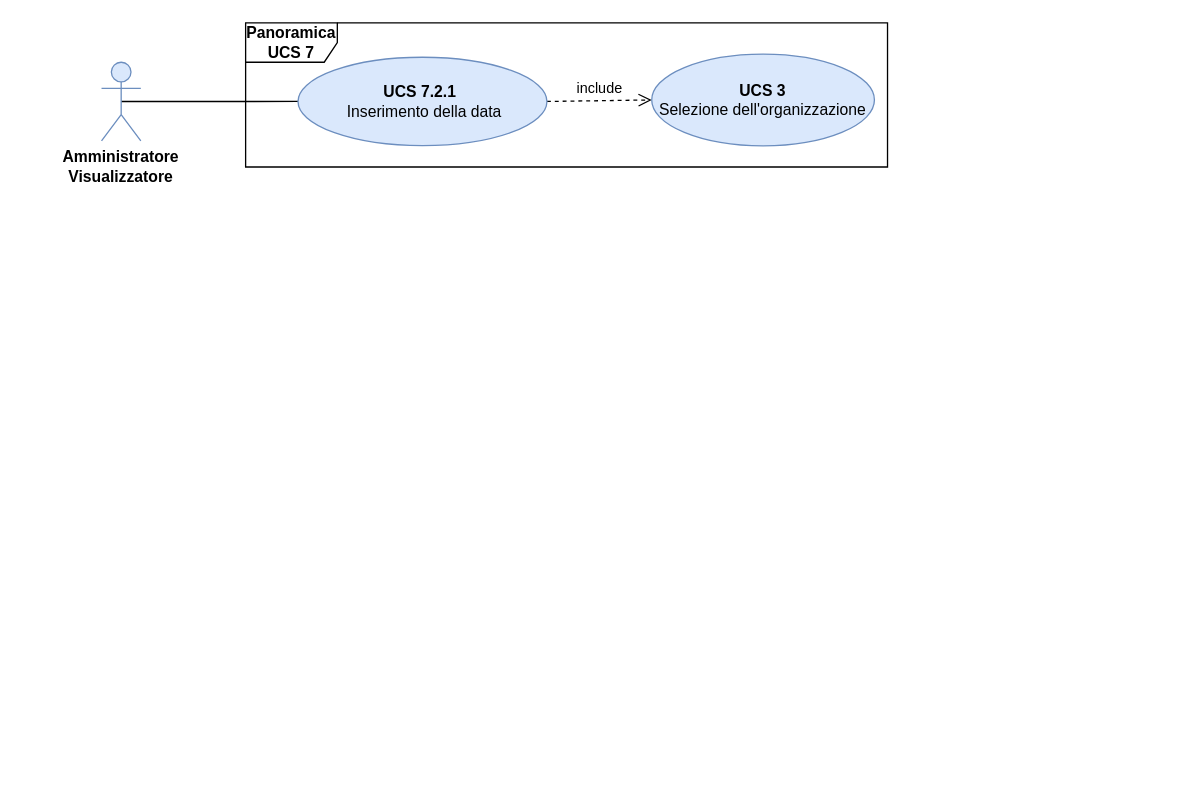
Earlier version of the draw.io diagram DocumentazioneEsterna/AnalisiDeiRequisiti/Sezioni/UseCase/draw.io/UC SERVER/UCS7.drawio (qb-team/Stalker-Documentazione). Source tidied: cells renumbered, new cells numbered last; positions are measured from the earlier drawing's top-left corner, leaving out a move shared by most shapes. Both pictures are drawn from the tidied source at 131%, with x=0, y=0 at pixel (22, 22).
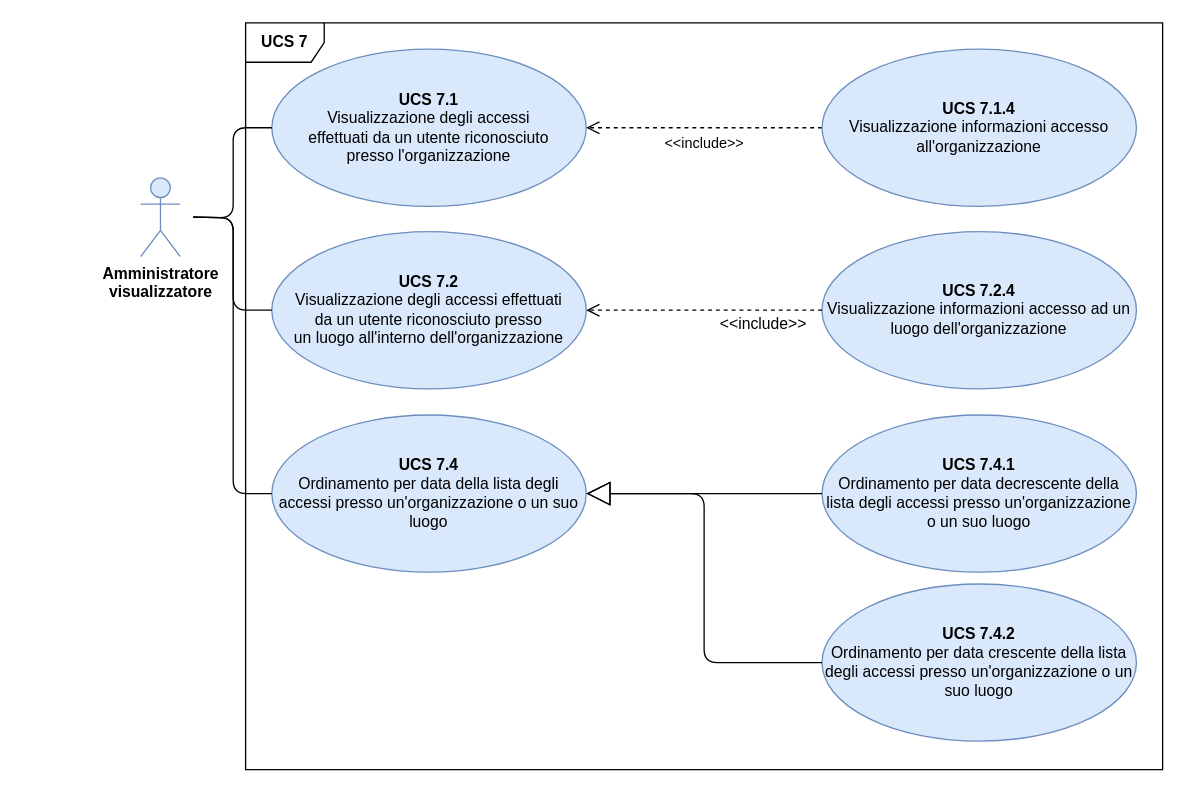
Above is the later version.

Commit message (it also covers changes not shown here):
#123 diagramma rinnovato

Change to the diagram source:
```diff
@@
-    <mxCell id="2" value="&lt;b&gt;Panoramica UCS 7&lt;/b&gt;" style="shape=umlFrame;whiteSpace=wrap;html=1;width=70;height=30;" parent="1" vertex="1">
-      <mxGeometry x="170" width="490" height="110" as="geometry" />
+    <mxCell id="2" value="&lt;b&gt;UCS 7&lt;/b&gt;" style="shape=umlFrame;whiteSpace=wrap;html=1;fontFamily=Helvetica;fontSize=12;" parent="1" vertex="1">
+      <mxGeometry x="170" width="700" height="570" as="geometry" />
     </mxCell>
-    <mxCell id="3" style="edgeStyle=orthogonalEdgeStyle;rounded=0;jettySize=auto;html=1;entryX=0;entryY=0.5;entryDx=0;entryDy=0;endArrow=none;endFill=0;exitX=0.5;exitY=0.5;exitDx=0;exitDy=0;exitPerimeter=0;" parent="1" edge="1" source="4" target="6">
-      <mxGeometry relative="1" as="geometry" />
-    </mxCell>
-    <mxCell id="4" value="&lt;div style=&quot;line-height: 120%&quot;&gt;&lt;/div&gt;" style="shape=umlActor;verticalLabelPosition=bottom;labelBackgroundColor=#ffffff;verticalAlign=top;html=1;fillColor=#dae8fc;strokeColor=#6c8ebf;" parent="1" vertex="1">
-      <mxGeometry x="60" y="30" width="30" height="60" as="geometry" />
-    </mxCell>
-    <mxCell id="5" value="include" style="html=1;verticalAlign=bottom;endArrow=open;dashed=1;endSize=8;exitX=1;exitY=0.5;exitDx=0;exitDy=0;entryX=0;entryY=0.5;entryDx=0;entryDy=0;" parent="1" edge="1" source="6" target="8">
-      <mxGeometry relative="1" as="geometry" />
-    </mxCell>
-    <mxCell id="6" value="&lt;b&gt;UCS 7.2.1&amp;nbsp;&lt;br&gt;&lt;/b&gt;&amp;nbsp;Inserimento della data" style="ellipse;whiteSpace=wrap;html=1;fillColor=#dae8fc;strokeColor=#6c8ebf;" parent="1" vertex="1">
-      <mxGeometry x="210" y="26.2" width="190" height="67.5" as="geometry" />
-    </mxCell>
-    <mxCell id="7" value="&lt;div style=&quot;color: rgb(0 , 0 , 0) ; font-family: &amp;#34;helvetica&amp;#34; ; font-size: 12px ; font-style: normal ; font-variant: normal ; letter-spacing: normal ; line-height: 120% ; text-align: center ; text-decoration: none ; text-indent: 0px ; text-transform: none ; white-space: nowrap ; word-spacing: 0px&quot;&gt;&lt;b&gt;Amministratore&lt;/b&gt;&lt;/div&gt;&lt;div style=&quot;color: rgb(0 , 0 , 0) ; font-family: &amp;#34;helvetica&amp;#34; ; font-size: 12px ; font-style: normal ; font-variant: normal ; letter-spacing: normal ; line-height: 120% ; text-align: center ; text-decoration: none ; text-indent: 0px ; text-transform: none ; white-space: nowrap ; word-spacing: 0px&quot;&gt;&lt;b&gt;&amp;nbsp;Visualizzatore&amp;nbsp;&lt;/b&gt;&lt;/div&gt;" style="text;html=1;strokeColor=none;fillColor=none;align=center;verticalAlign=middle;whiteSpace=wrap;rounded=0;" parent="1" vertex="1">
-      <mxGeometry y="100" width="150" height="20" as="geometry" />
-    </mxCell>
-    <mxCell id="8" value="&lt;b&gt;UCS 3&lt;br&gt;&lt;/b&gt;Selezione dell'organizzazione" style="ellipse;whiteSpace=wrap;html=1;fillColor=#dae8fc;strokeColor=#6c8ebf;" parent="1" vertex="1">
-      <mxGeometry x="480" y="23.8" width="170" height="70" as="geometry" />
-    </mxCell>
+    <mxCell id="9" value="&lt;font&gt;&lt;b style=&quot;font-size: 12px&quot;&gt;UCS 7.1&lt;br&gt;&lt;/b&gt;Visualizzazione degli accessi&lt;br&gt;effettuati da un utente riconosciuto&lt;br&gt;presso l'organizzazione&lt;br&gt;&lt;/font&gt;" style="ellipse;whiteSpace=wrap;html=1;fillColor=#dae8fc;strokeColor=#6c8ebf;fontFamily=Helvetica;fontSize=12;" parent="1" vertex="1">
+      <mxGeometry x="190" y="20" width="240" height="120" as="geometry" />
+    </mxCell>
+    <mxCell id="10" value="&lt;font&gt;&lt;b style=&quot;font-size: 12px&quot;&gt;UCS 7.2&lt;br&gt;&lt;/b&gt;Visualizzazione degli accessi effettuati&lt;br&gt;da un utente riconosciuto presso&lt;br&gt;un luogo all'interno dell'organizzazione&lt;br&gt;&lt;/font&gt;" style="ellipse;whiteSpace=wrap;html=1;fillColor=#dae8fc;strokeColor=#6c8ebf;fontFamily=Helvetica;fontSize=12;" parent="1" vertex="1">
+      <mxGeometry x="190" y="159.3" width="240" height="120" as="geometry" />
+    </mxCell>
+    <mxCell id="11" value="&lt;b&gt;Amministratore&lt;br&gt;visualizzatore&lt;br&gt;&lt;/b&gt;" style="shape=umlActor;verticalLabelPosition=bottom;labelBackgroundColor=#ffffff;verticalAlign=top;html=1;fillColor=#dae8fc;strokeColor=#6c8ebf;fontFamily=Helvetica;fontSize=12;" parent="1" vertex="1">
+      <mxGeometry x="90" y="118.3" width="30" height="60" as="geometry" />
+    </mxCell>
+    <mxCell id="12" value="&lt;font&gt;&lt;b style=&quot;font-size: 12px&quot;&gt;UCS 7.4&lt;br&gt;&lt;/b&gt;Ordinamento per data della lista degli accessi presso un'organizzazione o un suo luogo&lt;br&gt;&lt;/font&gt;" style="ellipse;whiteSpace=wrap;html=1;fillColor=#dae8fc;strokeColor=#6c8ebf;fontFamily=Helvetica;fontSize=12;" parent="1" vertex="1">
+      <mxGeometry x="190" y="299.3" width="240" height="120" as="geometry" />
+    </mxCell>
+    <mxCell id="13" value="&amp;lt;&amp;lt;include&amp;gt;&amp;gt;" style="html=1;verticalAlign=bottom;endArrow=open;dashed=1;endSize=8;exitX=0;exitY=0.5;exitDx=0;exitDy=0;entryX=1;entryY=0.5;entryDx=0;entryDy=0;edgeStyle=orthogonalEdgeStyle;" parent="1" edge="1" source="14" target="9">
+      <mxGeometry y="21" relative="1" as="geometry" />
+    </mxCell>
+    <mxCell id="14" value="&lt;font&gt;&lt;b style=&quot;font-size: 12px&quot;&gt;UCS 7.1.4&lt;br&gt;&lt;/b&gt;Visualizzazione informazioni accesso all'organizzazione&lt;br&gt;&lt;/font&gt;" style="ellipse;whiteSpace=wrap;html=1;fillColor=#dae8fc;strokeColor=#6c8ebf;fontFamily=Helvetica;fontSize=12;" parent="1" vertex="1">
+      <mxGeometry x="610" y="20" width="240" height="120" as="geometry" />
+    </mxCell>
+    <mxCell id="15" value="&lt;font&gt;&lt;b style=&quot;font-size: 12px&quot;&gt;UCS 7.2.4&lt;br&gt;&lt;/b&gt;Visualizzazione informazioni accesso ad un luogo dell'organizzazione&lt;br&gt;&lt;/font&gt;" style="ellipse;whiteSpace=wrap;html=1;fillColor=#dae8fc;strokeColor=#6c8ebf;fontFamily=Helvetica;fontSize=12;" parent="1" vertex="1">
+      <mxGeometry x="610" y="159.3" width="240" height="120" as="geometry" />
+    </mxCell>
+    <mxCell id="16" value="&lt;font style=&quot;font-size: 12px&quot;&gt;&amp;lt;&amp;lt;include&amp;gt;&amp;gt;&lt;/font&gt;" style="html=1;verticalAlign=bottom;endArrow=open;dashed=1;endSize=8;exitX=0;exitY=0.5;exitDx=0;exitDy=0;edgeStyle=orthogonalEdgeStyle;entryX=1;entryY=0.5;entryDx=0;entryDy=0;" parent="1" edge="1" source="15" target="10">
+      <mxGeometry x="-0.5" y="20" relative="1" as="geometry" />
+    </mxCell>
+    <mxCell id="17" value="&lt;font&gt;&lt;b style=&quot;font-size: 12px&quot;&gt;UCS 7.4.1&lt;br&gt;&lt;/b&gt;Ordinamento per data decrescente della lista degli accessi presso un'organizzazione o un suo luogo&lt;br&gt;&lt;/font&gt;" style="ellipse;whiteSpace=wrap;html=1;fillColor=#dae8fc;strokeColor=#6c8ebf;fontFamily=Helvetica;fontSize=12;" parent="1" vertex="1">
+      <mxGeometry x="610" y="299.3" width="240" height="120" as="geometry" />
+    </mxCell>
+    <mxCell id="18" value="&lt;font&gt;&lt;b style=&quot;font-size: 12px&quot;&gt;UCS 7.4.2&lt;br&gt;&lt;/b&gt;Ordinamento per data crescente della lista degli accessi presso un'organizzazione o un suo luogo&lt;br&gt;&lt;/font&gt;" style="ellipse;whiteSpace=wrap;html=1;fillColor=#dae8fc;strokeColor=#6c8ebf;fontFamily=Helvetica;fontSize=12;" parent="1" vertex="1">
+      <mxGeometry x="610" y="428.3" width="240" height="120" as="geometry" />
+    </mxCell>
+    <mxCell id="19" style="endArrow=block;endSize=16;endFill=0;html=1;exitX=0;exitY=0.5;exitDx=0;exitDy=0;edgeStyle=orthogonalEdgeStyle;entryX=1;entryY=0.5;entryDx=0;entryDy=0;" parent="1" edge="1" source="17" target="12">
+      <mxGeometry relative="1" as="geometry" />
+    </mxCell>
+    <mxCell id="20" style="endArrow=block;endSize=16;endFill=0;html=1;exitX=0;exitY=0.5;exitDx=0;exitDy=0;edgeStyle=orthogonalEdgeStyle;entryX=1;entryY=0.5;entryDx=0;entryDy=0;" parent="1" edge="1" source="18" target="12">
+      <mxGeometry relative="1" as="geometry" />
+    </mxCell>
+    <mxCell id="21" style="endArrow=none;html=1;edgeStyle=orthogonalEdgeStyle;entryX=0;entryY=0.5;entryDx=0;entryDy=0;" parent="1" edge="1" target="9">
+      <mxGeometry relative="1" as="geometry">
+        <mxPoint x="130" y="148.3" as="sourcePoint" />
+      </mxGeometry>
+    </mxCell>
+    <mxCell id="22" style="html=1;align=left;verticalAlign=bottom;labelBackgroundColor=#ffffff;fontSize=10;" parent="21" vertex="1">
+      <mxGeometry x="-1" relative="1" as="geometry" />
+    </mxCell>
+    <mxCell id="23" style="html=1;align=right;verticalAlign=bottom;labelBackgroundColor=#ffffff;fontSize=10;" parent="21" vertex="1">
+      <mxGeometry x="1" relative="1" as="geometry" />
+    </mxCell>
+    <mxCell id="24" style="endArrow=none;html=1;edgeStyle=orthogonalEdgeStyle;entryX=0;entryY=0.5;entryDx=0;entryDy=0;" parent="1" edge="1" target="10">
+      <mxGeometry relative="1" as="geometry">
+        <mxPoint x="130" y="148.3" as="sourcePoint" />
+      </mxGeometry>
+    </mxCell>
+    <mxCell id="25" style="html=1;align=left;verticalAlign=bottom;labelBackgroundColor=#ffffff;fontSize=10;" parent="24" vertex="1">
+      <mxGeometry x="-1" relative="1" as="geometry" />
+    </mxCell>
+    <mxCell id="26" style="html=1;align=right;verticalAlign=bottom;labelBackgroundColor=#ffffff;fontSize=10;" parent="24" vertex="1">
+      <mxGeometry x="1" relative="1" as="geometry" />
+    </mxCell>
+    <mxCell id="27" style="endArrow=none;html=1;edgeStyle=orthogonalEdgeStyle;entryX=0;entryY=0.5;entryDx=0;entryDy=0;" parent="1" edge="1" target="12">
+      <mxGeometry relative="1" as="geometry">
+        <mxPoint x="130" y="148.3" as="sourcePoint" />
+      </mxGeometry>
+    </mxCell>
+    <mxCell id="28" style="html=1;align=left;verticalAlign=bottom;labelBackgroundColor=#ffffff;fontSize=10;" parent="27" vertex="1">
+      <mxGeometry x="-1" relative="1" as="geometry" />
+    </mxCell>
+    <mxCell id="29" style="html=1;align=right;verticalAlign=bottom;labelBackgroundColor=#ffffff;fontSize=10;" parent="27" vertex="1">
+      <mxGeometry x="1" relative="1" as="geometry" />
+    </mxCell>
```
